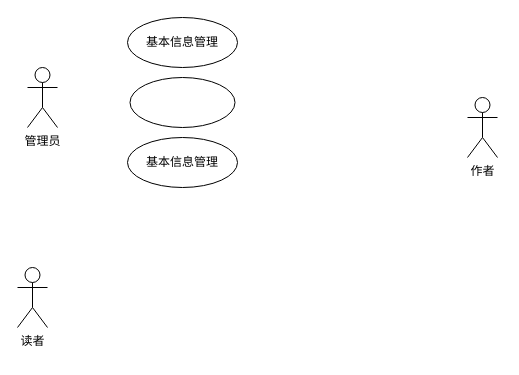
Before: 系统用例图.drawio in kkq22/clash, a draw.io diagram. Source tidied: cells renumbered, new cells numbered last; positions are measured from the earlier drawing's top-left corner, leaving out a move shared by most shapes. Both pictures are drawn from the tidied source at 100%, with x=0, y=0 at pixel (17, 17).
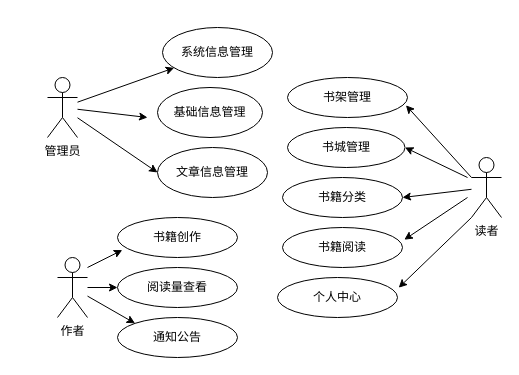
Above is the later version.

Commit message:
更新系统用例图.drawio

Change to the diagram source:
```diff
@@
+    <mxCell id="8" style="group;" parent="1" vertex="1">
+      <mxGeometry x="30" y="10" width="225" height="170" as="geometry" />
+    </mxCell>
-    <mxCell id="2" value="管理员" style="shape=umlActor;verticalLabelPosition=bottom;verticalAlign=top;html=1;outlineConnect=0;" parent="1" vertex="1">
-      <mxGeometry x="10" y="50" width="30" height="60" as="geometry" />
+    <mxCell id="2" value="管理员" style="shape=umlActor;verticalLabelPosition=bottom;verticalAlign=top;html=1;outlineConnect=0;" parent="8" vertex="1">
+      <mxGeometry y="50" width="30" height="60" as="geometry" />
     </mxCell>
-    <mxCell id="3" value="读者" style="shape=umlActor;verticalLabelPosition=bottom;verticalAlign=top;html=1;outlineConnect=0;" parent="1" vertex="1">
-      <mxGeometry y="250" width="30" height="60" as="geometry" />
-    </mxCell>
-    <mxCell id="4" value="作者" style="shape=umlActor;verticalLabelPosition=bottom;verticalAlign=top;html=1;outlineConnect=0;" parent="1" vertex="1">
-      <mxGeometry x="450" y="80" width="30" height="60" as="geometry" />
-    </mxCell>
-    <mxCell id="5" value="基本信息管理" style="ellipse;whiteSpace=wrap;html=1;" parent="1" vertex="1">
-      <mxGeometry x="110" width="110" height="50" as="geometry" />
+    <mxCell id="5" value="系统信息管理" style="ellipse;whiteSpace=wrap;html=1;" parent="8" vertex="1">
+      <mxGeometry x="115" width="110" height="50" as="geometry" />
     </mxCell>
-    <mxCell id="6" style="ellipse;whiteSpace=wrap;html=1;" parent="1" vertex="1">
-      <mxGeometry x="112.5" y="60" width="105" height="50" as="geometry" />
+    <mxCell id="6" value="基础信息管理" style="ellipse;whiteSpace=wrap;html=1;" parent="8" vertex="1">
+      <mxGeometry x="110" y="60" width="105" height="50" as="geometry" />
     </mxCell>
-    <mxCell id="7" value="基本信息管理" style="ellipse;whiteSpace=wrap;html=1;" parent="1" vertex="1">
+    <mxCell id="7" value="文章信息管理" style="ellipse;whiteSpace=wrap;html=1;" parent="8" vertex="1">
       <mxGeometry x="110" y="120" width="110" height="50" as="geometry" />
     </mxCell>
+    <mxCell id="9" style="endArrow=classic;html=1;rounded=0;" parent="8" edge="1" source="2" target="5">
+      <mxGeometry relative="1" as="geometry" />
+    </mxCell>
+    <mxCell id="10" style="endArrow=classic;html=1;rounded=0;" parent="8" edge="1" source="2">
+      <mxGeometry relative="1" as="geometry">
+        <mxPoint x="100" y="90" as="targetPoint" />
+      </mxGeometry>
+    </mxCell>
+    <mxCell id="11" style="endArrow=classic;html=1;rounded=0;entryX=0;entryY=0.5;entryDx=0;entryDy=0;" parent="8" edge="1" source="2" target="7">
+      <mxGeometry relative="1" as="geometry" />
+    </mxCell>
+    <mxCell id="12" style="group;" parent="1" vertex="1">
+      <mxGeometry x="40" y="200" width="180" height="140" as="geometry" />
+    </mxCell>
+    <mxCell id="4" value="作者" style="shape=umlActor;verticalLabelPosition=bottom;verticalAlign=top;html=1;outlineConnect=0;" parent="12" vertex="1">
+      <mxGeometry y="40" width="30" height="60" as="geometry" />
+    </mxCell>
+    <mxCell id="13" value="书籍创作" style="ellipse;whiteSpace=wrap;html=1;" parent="12" vertex="1">
+      <mxGeometry x="60" width="120" height="40" as="geometry" />
+    </mxCell>
+    <mxCell id="14" value="阅读量查看" style="ellipse;whiteSpace=wrap;html=1;" parent="12" vertex="1">
+      <mxGeometry x="60" y="50" width="120" height="40" as="geometry" />
+    </mxCell>
+    <mxCell id="15" value="通知公告" style="ellipse;whiteSpace=wrap;html=1;" parent="12" vertex="1">
+      <mxGeometry x="60" y="100" width="120" height="40" as="geometry" />
+    </mxCell>
+    <mxCell id="16" style="endArrow=classic;html=1;rounded=0;entryX=0.04;entryY=0.815;entryDx=0;entryDy=0;entryPerimeter=0;" parent="12" edge="1" target="13">
+      <mxGeometry relative="1" as="geometry">
+        <mxPoint x="30" y="50" as="sourcePoint" />
+      </mxGeometry>
+    </mxCell>
+    <mxCell id="17" style="endArrow=classic;html=1;rounded=0;" parent="12" edge="1" source="4">
+      <mxGeometry relative="1" as="geometry">
+        <mxPoint x="60" y="70" as="targetPoint" />
+      </mxGeometry>
+    </mxCell>
+    <mxCell id="18" style="endArrow=classic;html=1;rounded=0;entryX=0;entryY=0;entryDx=0;entryDy=0;" parent="12" edge="1" source="4" target="15">
+      <mxGeometry relative="1" as="geometry" />
+    </mxCell>
+    <mxCell id="19" style="group;" parent="1" vertex="1">
+      <mxGeometry x="260" y="60" width="224" height="240" as="geometry" />
+    </mxCell>
+    <mxCell id="3" value="读者" style="shape=umlActor;verticalLabelPosition=bottom;verticalAlign=top;html=1;outlineConnect=0;" parent="19" vertex="1">
+      <mxGeometry x="194" y="80" width="30" height="60" as="geometry" />
+    </mxCell>
+    <mxCell id="20" value="书架管理" style="ellipse;whiteSpace=wrap;html=1;" parent="19" vertex="1">
+      <mxGeometry x="10" width="120" height="40" as="geometry" />
+    </mxCell>
+    <mxCell id="21" value="书城管理" style="ellipse;whiteSpace=wrap;html=1;" parent="19" vertex="1">
+      <mxGeometry x="10" y="50" width="117.5" height="40" as="geometry" />
+    </mxCell>
+    <mxCell id="22" value="书籍分类" style="ellipse;whiteSpace=wrap;html=1;" parent="19" vertex="1">
+      <mxGeometry x="5" y="100" width="120" height="40" as="geometry" />
+    </mxCell>
+    <mxCell id="23" value="书籍阅读" style="ellipse;whiteSpace=wrap;html=1;" parent="19" vertex="1">
+      <mxGeometry x="5" y="150" width="120" height="40" as="geometry" />
+    </mxCell>
+    <mxCell id="24" value="个人中心" style="ellipse;whiteSpace=wrap;html=1;" parent="19" vertex="1">
+      <mxGeometry y="200" width="120" height="40" as="geometry" />
+    </mxCell>
+    <mxCell id="25" style="endArrow=classic;html=1;rounded=0;exitX=0;exitY=0.3333333333333333;exitDx=0;exitDy=0;exitPerimeter=0;entryX=0.987;entryY=0.695;entryDx=0;entryDy=0;entryPerimeter=0;" parent="19" edge="1" source="3" target="20">
+      <mxGeometry relative="1" as="geometry" />
+    </mxCell>
+    <mxCell id="26" style="endArrow=classic;html=1;rounded=0;entryX=1;entryY=0.5;entryDx=0;entryDy=0;" parent="19" edge="1" target="21">
+      <mxGeometry relative="1" as="geometry">
+        <mxPoint x="190" y="100" as="sourcePoint" />
+      </mxGeometry>
+    </mxCell>
+    <mxCell id="27" style="endArrow=classic;html=1;rounded=0;entryX=1;entryY=0.5;entryDx=0;entryDy=0;" parent="19" edge="1" source="3" target="22">
+      <mxGeometry relative="1" as="geometry" />
+    </mxCell>
+    <mxCell id="28" style="endArrow=classic;html=1;rounded=0;entryX=1.015;entryY=0.305;entryDx=0;entryDy=0;entryPerimeter=0;" parent="19" edge="1" target="23">
+      <mxGeometry relative="1" as="geometry">
+        <mxPoint x="190" y="120" as="sourcePoint" />
+      </mxGeometry>
+    </mxCell>
+    <mxCell id="29" style="endArrow=classic;html=1;rounded=0;entryX=1.01;entryY=0.255;entryDx=0;entryDy=0;entryPerimeter=0;exitX=0;exitY=1;exitDx=0;exitDy=0;exitPerimeter=0;" parent="19" edge="1" source="3" target="24">
+      <mxGeometry relative="1" as="geometry" />
+    </mxCell>
```
